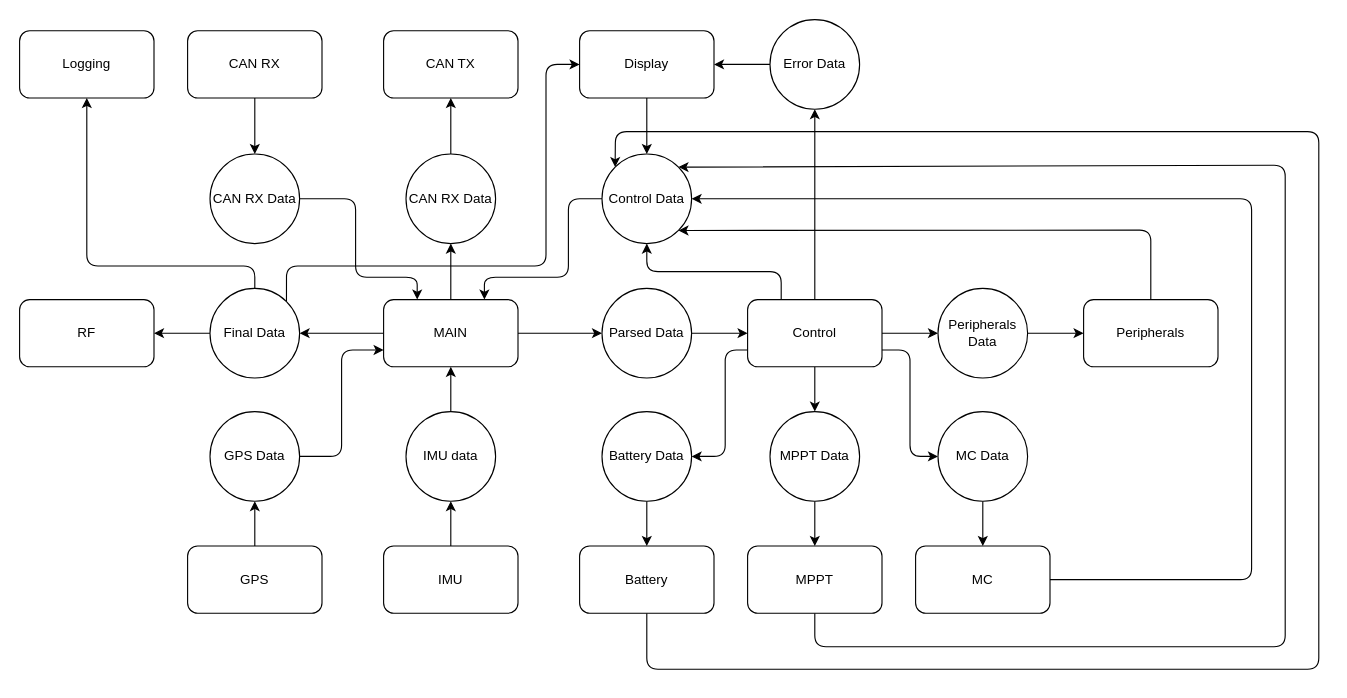
JadeVexo/Agnirath_LVS_Strategy keeps this draw.io diagram as Documents/ROS_Network.drawio. Above is the earlier version. Source tidied: cells renumbered, new cells numbered last; positions are measured from the earlier drawing's top-left corner, leaving out a move shared by most shapes. Both pictures are drawn from the tidied source at 112%, with x=0, y=0 at pixel (19, 19).
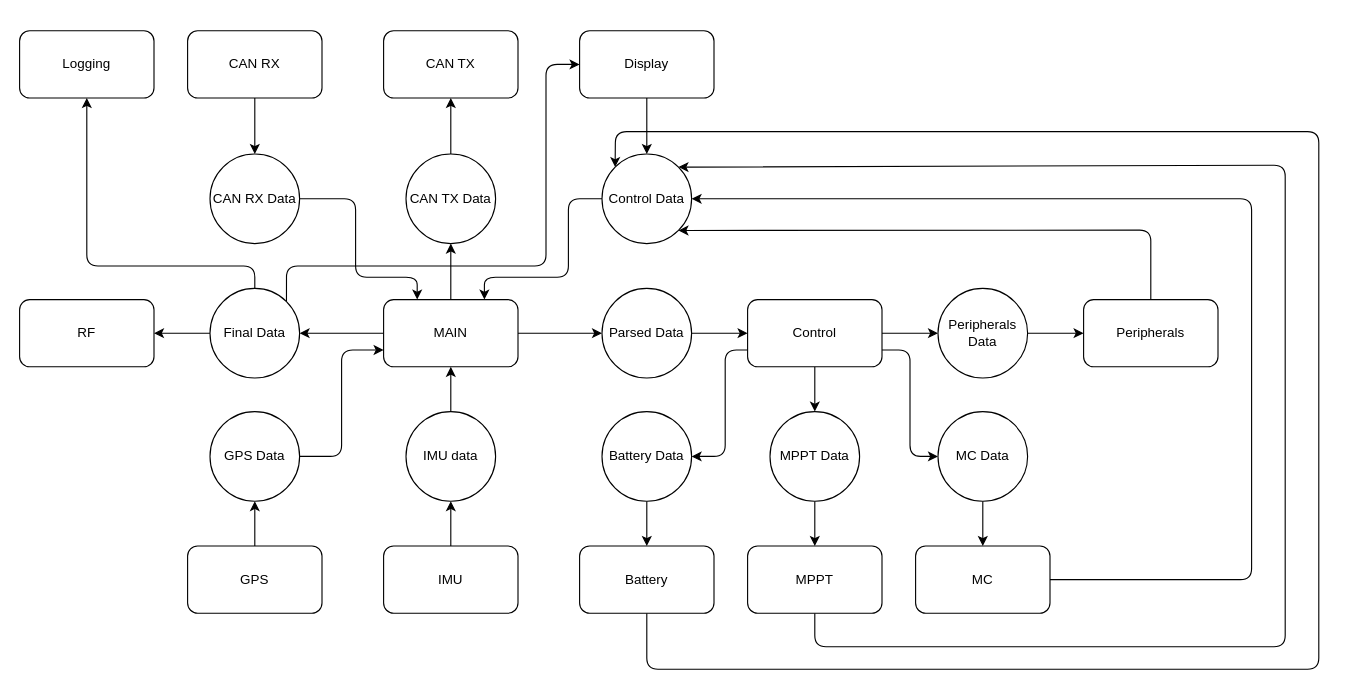
The same page after the edit.

Commit message (it also covers changes not shown here):
Error CSV Update 4/7/23 4:25pm

Unchanged cells that the change refers to:
```xml
<mxCell id="12" value="Display" style="rounded=1;whiteSpace=wrap;html=1;" parent="1" vertex="1">
  <mxGeometry x="500" y="10" width="120" height="60" as="geometry" />
</mxCell>
<mxCell id="21" value="Control Data" style="ellipse;whiteSpace=wrap;html=1;" parent="1" vertex="1">
  <mxGeometry x="520" y="120" width="80" height="80" as="geometry" />
</mxCell>
<mxCell id="36" value="Control" style="rounded=1;whiteSpace=wrap;html=1;" parent="1" vertex="1">
  <mxGeometry x="650" y="250" width="120" height="60" as="geometry" />
</mxCell>
```

What changed in the source:
```diff
@@
-    <mxCell id="30" style="edgeStyle=orthogonalEdgeStyle;jettySize=auto;html=1;exitX=0.25;exitY=0;exitDx=0;exitDy=0;entryX=0.5;entryY=1;entryDx=0;entryDy=0;rounded=1;" parent="1" edge="1" source="36" target="21">
-      <mxGeometry relative="1" as="geometry" />
-    </mxCell>
@@
-    <mxCell id="35" style="edgeStyle=none;html=1;exitX=0.5;exitY=0;exitDx=0;exitDy=0;entryX=0.5;entryY=1;entryDx=0;entryDy=0;" parent="1" edge="1" source="36" target="38">
-      <mxGeometry relative="1" as="geometry" />
-    </mxCell>
@@
-    <mxCell id="37" style="edgeStyle=none;html=1;entryX=1;entryY=0.5;entryDx=0;entryDy=0;" parent="1" edge="1" source="38" target="12">
-      <mxGeometry relative="1" as="geometry" />
-    </mxCell>
-    <mxCell id="38" value="Error Data" style="ellipse;whiteSpace=wrap;html=1;" parent="1" vertex="1">
-      <mxGeometry x="670" width="80" height="80" as="geometry" />
-    </mxCell>
@@
-    <mxCell id="57" value="CAN RX Data" style="ellipse;whiteSpace=wrap;html=1;" parent="1" vertex="1">
+    <mxCell id="57" value="CAN TX Data" style="ellipse;whiteSpace=wrap;html=1;" parent="1" vertex="1">
       <mxGeometry x="345" y="120" width="80" height="80" as="geometry" />
     </mxCell>
```
